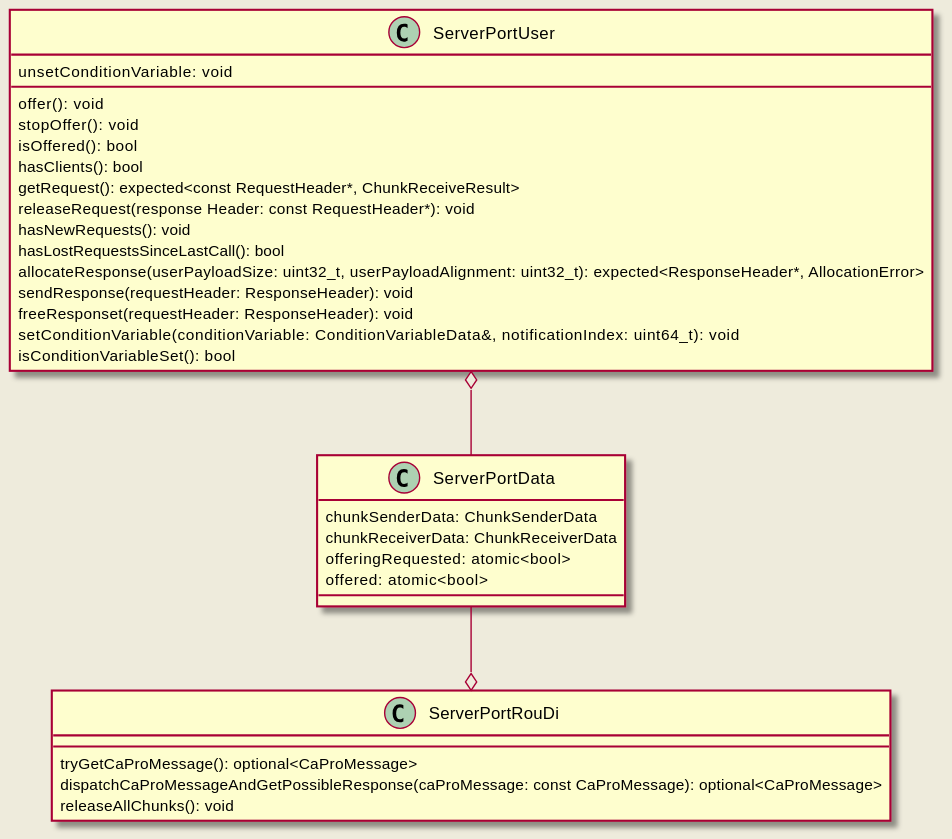
Above: doc/design/diagrams/request_response_server_port.svg in eclipse-iceoryx/iceoryx (PlantUML), before the change. Its source is kept beside it as doc/design/diagrams/request_response_server_port.puml.
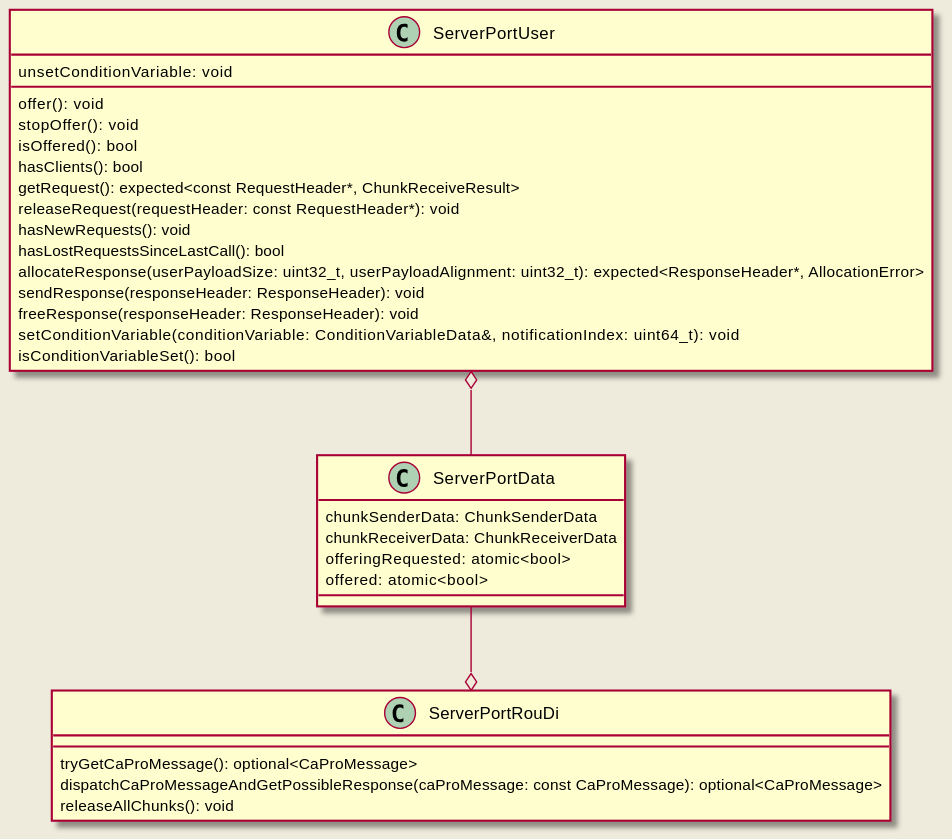
The same diagram one commit later.

The edit, as a diff of the source:
```diff
@@ -14,12 +14,12 @@
   isOffered(): bool
   hasClients(): bool
   getRequest(): expected<const RequestHeader*, ChunkReceiveResult>
-  releaseRequest(response Header: const RequestHeader*): void
+  releaseRequest(requestHeader: const RequestHeader*): void
   hasNewRequests(): void
   hasLostRequestsSinceLastCall(): bool
   allocateResponse(userPayloadSize: uint32_t, userPayloadAlignment: uint32_t): expected<ResponseHeader*, AllocationError>
-  sendResponse(requestHeader: ResponseHeader): void
-  freeResponset(requestHeader: ResponseHeader): void
+  sendResponse(responseHeader: ResponseHeader): void
+  freeResponse(responseHeader: ResponseHeader): void
   setConditionVariable(conditionVariable: ConditionVariableData&, notificationIndex: uint64_t): void
   unsetConditionVariable: void
   isConditionVariableSet(): bool
```
